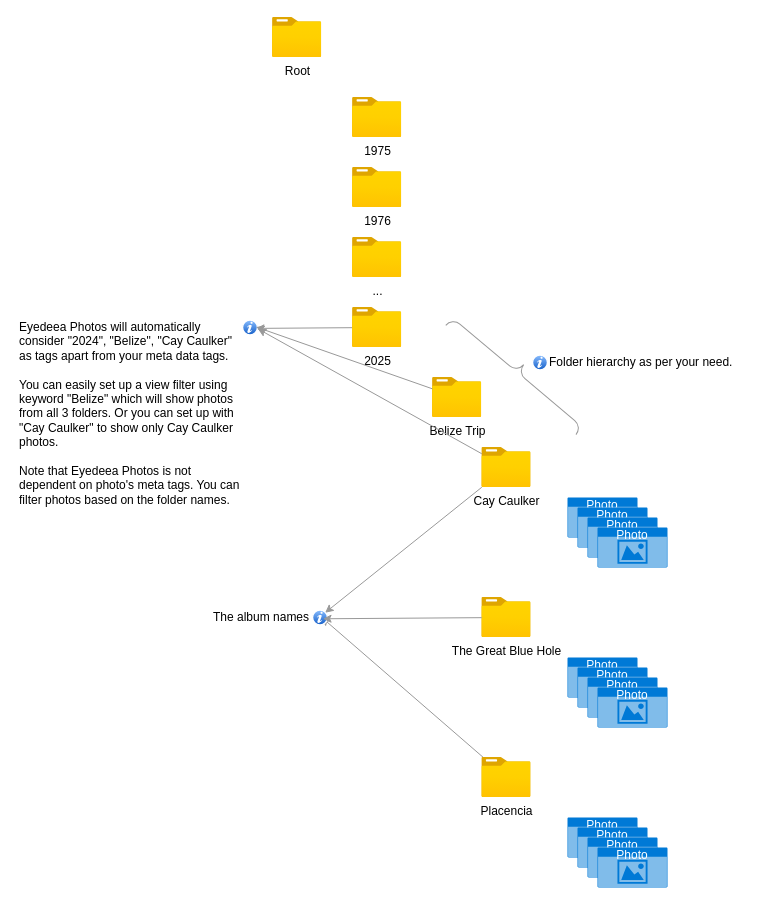
The draw.io diagram page "Folder Structure" (2 of 4) of graphics/EyedeeaPhotos.drawio in eyedia/EyedeeaPhotos, before the edit. Source tidied: cells renumbered, new cells numbered last; positions are measured from the earlier drawing's top-left corner, leaving out a move shared by most shapes. Both pictures are drawn from the tidied source at 100%, with x=0, y=0 at pixel (17, 17).
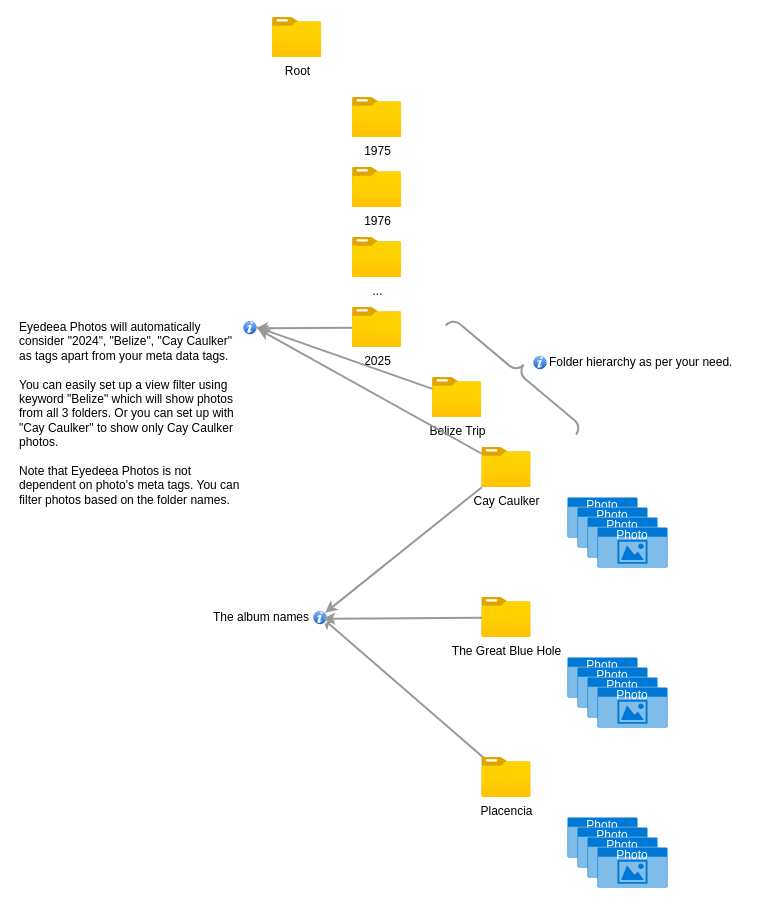
The same diagram, later.

Unchanged cells that the change refers to:
```xml
<mxCell id="2" value="&lt;span style=&quot;background-color: transparent; color: light-dark(rgb(0, 0, 0), rgb(255, 255, 255));&quot;&gt;The album names&lt;/span&gt;" style="text;html=1;align=left;verticalAlign=middle;whiteSpace=wrap;rounded=0;" parent="1" vertex="1">
  <mxGeometry x="193.9" y="585" width="110.4" height="30" as="geometry" />
</mxCell>
<mxCell id="8" value="2025" style="image;html=1;points=[];align=center;fontSize=12;image=img/lib/azure2/general/Folder_Blank.svg;" parent="1" vertex="1">
  <mxGeometry x="335" y="290" width="49.3" height="40" as="geometry" />
</mxCell>
<mxCell id="9" value="Belize Trip" style="image;html=1;points=[];align=center;fontSize=12;image=img/lib/azure2/general/Folder_Blank.svg;" parent="1" vertex="1">
  <mxGeometry x="415" y="360" width="49.3" height="40" as="geometry" />
</mxCell>
<mxCell id="10" value="Cay Caulker" style="image;html=1;points=[];align=center;fontSize=12;image=img/lib/azure2/general/Folder_Blank.svg;" parent="1" vertex="1">
  <mxGeometry x="464.3" y="430" width="49.3" height="40" as="geometry" />
</mxCell>
<mxCell id="11" value="The Great Blue Hole" style="image;html=1;points=[];align=center;fontSize=12;image=img/lib/azure2/general/Folder_Blank.svg;" parent="1" vertex="1">
  <mxGeometry x="464.3" y="580" width="49.3" height="40" as="geometry" />
</mxCell>
<mxCell id="13" value="Placencia" style="image;html=1;points=[];align=center;fontSize=12;image=img/lib/azure2/general/Folder_Blank.svg;" parent="1" vertex="1">
  <mxGeometry x="464.3" y="740" width="49.3" height="40" as="geometry" />
</mxCell>
<mxCell id="29" style="verticalLabelPosition=bottom;verticalAlign=top;html=1;shadow=0;dashed=0;strokeWidth=1;shape=mxgraph.ios.iInfoIcon;fillColor=#8BbEff;fillColor2=#135Ec8;strokeColor=#ffffff;sketch=0;" parent="1" vertex="1">
  <mxGeometry x="295" y="592.5" width="15" height="15" as="geometry" />
</mxCell>
<mxCell id="36" style="verticalLabelPosition=bottom;verticalAlign=top;html=1;shadow=0;dashed=0;strokeWidth=1;shape=mxgraph.ios.iInfoIcon;fillColor=#8BbEff;fillColor2=#135Ec8;strokeColor=#ffffff;sketch=0;" parent="1" vertex="1">
  <mxGeometry x="225" y="302.5" width="15" height="15" as="geometry" />
</mxCell>
```

Diff of the diagram source:
```diff
@@
-    <mxCell id="7" style="rounded=0;jettySize=auto;html=1;entryX=0.899;entryY=0.56;entryDx=0;entryDy=0;entryPerimeter=0;strokeColor=#999999;" parent="1" edge="1" source="8" target="36">
+    <mxCell id="7" style="rounded=0;jettySize=auto;html=1;entryX=0.899;entryY=0.56;entryDx=0;entryDy=0;entryPerimeter=0;strokeColor=#999999;strokeWidth=2;" parent="1" edge="1" source="8" target="36">
       <mxGeometry relative="1" as="geometry" />
     </mxCell>
@@
-    <mxCell id="12" style="rounded=0;jettySize=auto;html=1;entryX=1;entryY=0.5;entryDx=0;entryDy=0;strokeColor=#999999;" parent="1" edge="1" source="13" target="2">
+    <mxCell id="12" style="rounded=0;jettySize=auto;html=1;entryX=1;entryY=0.5;entryDx=0;entryDy=0;strokeColor=#999999;strokeWidth=2;" parent="1" edge="1" source="13" target="2">
       <mxGeometry relative="1" as="geometry" />
     </mxCell>
@@
-    <mxCell id="30" style="rounded=0;jettySize=auto;html=1;entryX=0.841;entryY=0.183;entryDx=0;entryDy=0;entryPerimeter=0;strokeColor=#999999;" parent="1" edge="1" source="10" target="29">
+    <mxCell id="30" style="rounded=0;jettySize=auto;html=1;entryX=0.841;entryY=0.183;entryDx=0;entryDy=0;entryPerimeter=0;strokeColor=#999999;strokeWidth=2;" parent="1" edge="1" source="10" target="29">
       <mxGeometry relative="1" as="geometry" />
     </mxCell>
-    <mxCell id="31" style="rounded=0;jettySize=auto;html=1;entryX=0.701;entryY=0.585;entryDx=0;entryDy=0;entryPerimeter=0;strokeColor=#999999;" parent="1" edge="1" source="11" target="29">
+    <mxCell id="31" style="rounded=0;jettySize=auto;html=1;entryX=0.701;entryY=0.585;entryDx=0;entryDy=0;entryPerimeter=0;strokeColor=#999999;strokeWidth=2;" parent="1" edge="1" source="11" target="29">
       <mxGeometry relative="1" as="geometry" />
     </mxCell>
-    <mxCell id="32" style="verticalLabelPosition=bottom;shadow=0;dashed=0;align=center;html=1;verticalAlign=top;strokeWidth=1;shape=mxgraph.mockup.markup.curlyBrace;whiteSpace=wrap;strokeColor=#999999;rotation=40;" parent="1" vertex="1">
+    <mxCell id="32" style="verticalLabelPosition=bottom;shadow=0;dashed=0;align=center;html=1;verticalAlign=top;strokeWidth=2;shape=mxgraph.mockup.markup.curlyBrace;whiteSpace=wrap;strokeColor=#999999;rotation=40;" parent="1" vertex="1">
       <mxGeometry x="414.8" y="344.8" width="170" height="20" as="geometry" />
     </mxCell>
@@
-    <mxCell id="38" style="rounded=0;jettySize=auto;html=1;entryX=0.899;entryY=0.462;entryDx=0;entryDy=0;entryPerimeter=0;strokeColor=#999999;" parent="1" edge="1" source="9" target="36">
+    <mxCell id="38" style="rounded=0;jettySize=auto;html=1;entryX=0.899;entryY=0.462;entryDx=0;entryDy=0;entryPerimeter=0;strokeColor=#999999;strokeWidth=2;" parent="1" edge="1" source="9" target="36">
       <mxGeometry relative="1" as="geometry" />
     </mxCell>
-    <mxCell id="39" style="rounded=0;jettySize=auto;html=1;entryX=1.022;entryY=0.585;entryDx=0;entryDy=0;entryPerimeter=0;strokeColor=#999999;" parent="1" edge="1" source="10" target="36">
+    <mxCell id="39" style="rounded=0;jettySize=auto;html=1;entryX=1.022;entryY=0.585;entryDx=0;entryDy=0;entryPerimeter=0;strokeColor=#999999;strokeWidth=2;" parent="1" edge="1" source="10" target="36">
       <mxGeometry relative="1" as="geometry" />
     </mxCell>
```
